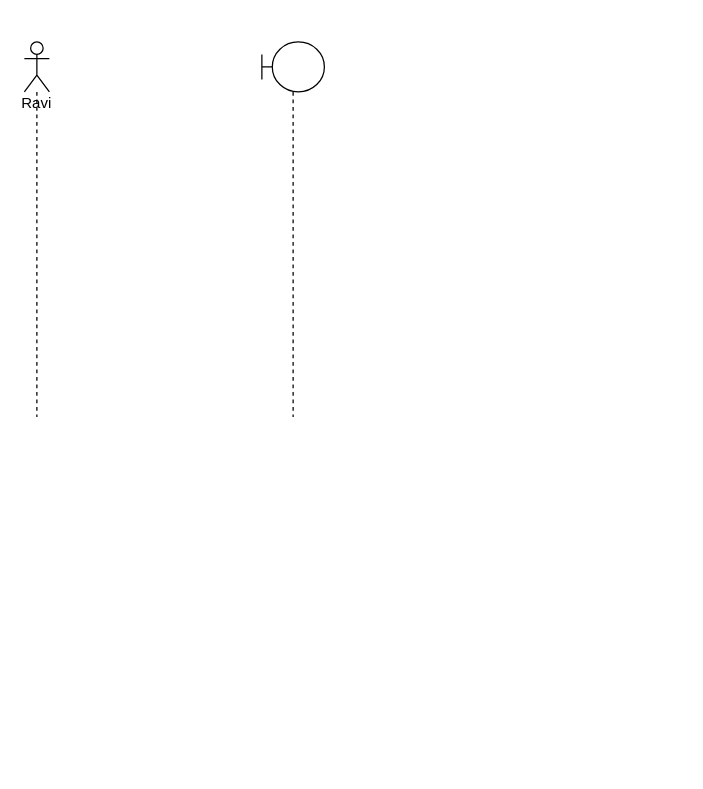
Above: Untitled Diagram.drawio in syahravi/Sequence-Diagram (draw.io), before the change. Source tidied: cells renumbered, new cells numbered last; positions are measured from the earlier drawing's top-left corner, leaving out a move shared by most shapes. Both pictures are drawn from the tidied source at 125%, with x=0, y=0 at pixel (24, 41).
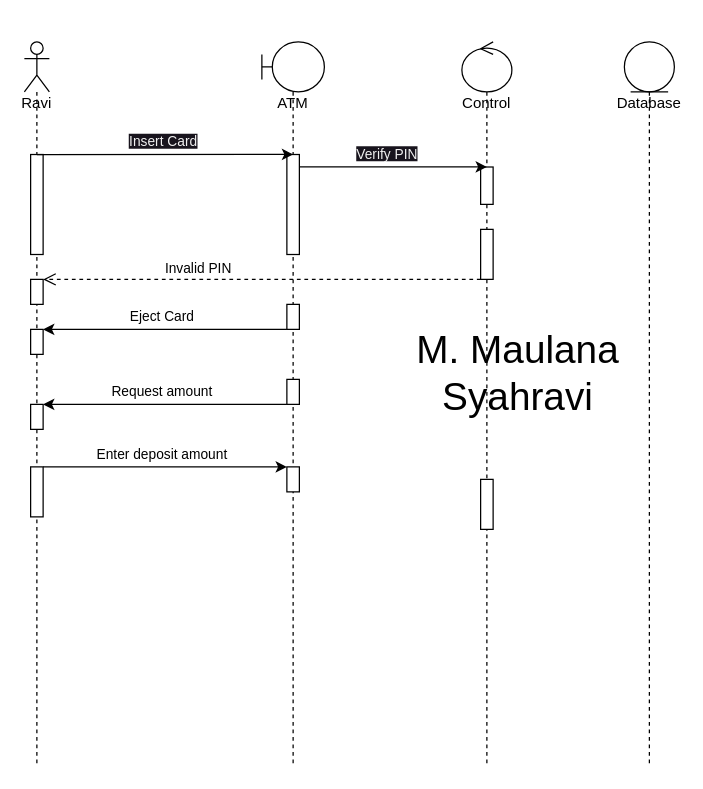
Above is the later version.

Change to the diagram source:
```diff
@@
     <mxCell id="2" value="&lt;br&gt;&lt;br&gt;&lt;br&gt;&lt;br&gt;Ravi" style="shape=umlLifeline;perimeter=lifelinePerimeter;whiteSpace=wrap;html=1;newEdgeStyle={&quot;edgeStyle&quot;:&quot;elbowEdgeStyle&quot;,&quot;elbow&quot;:&quot;vertical&quot;,&quot;curved&quot;:0,&quot;rounded&quot;:0};participant=umlActor;" parent="1" vertex="1">
-      <mxGeometry width="20" height="300" as="geometry" />
+      <mxGeometry width="20" height="580" as="geometry" />
     </mxCell>
+    <mxCell id="4" style="html=1;points=[];perimeter=orthogonalPerimeter;outlineConnect=0;targetShapes=umlLifeline;portConstraint=eastwest;newEdgeStyle={&quot;edgeStyle&quot;:&quot;elbowEdgeStyle&quot;,&quot;elbow&quot;:&quot;vertical&quot;,&quot;curved&quot;:0,&quot;rounded&quot;:0};" parent="2" vertex="1">
+      <mxGeometry x="5" y="90.1" width="10" height="80" as="geometry" />
+    </mxCell>
+    <mxCell id="5" style="html=1;points=[];perimeter=orthogonalPerimeter;outlineConnect=0;targetShapes=umlLifeline;portConstraint=eastwest;newEdgeStyle={&quot;edgeStyle&quot;:&quot;elbowEdgeStyle&quot;,&quot;elbow&quot;:&quot;vertical&quot;,&quot;curved&quot;:0,&quot;rounded&quot;:0};" parent="2" vertex="1">
+      <mxGeometry x="5" y="190" width="10" height="20" as="geometry" />
+    </mxCell>
+    <mxCell id="6" style="html=1;points=[];perimeter=orthogonalPerimeter;outlineConnect=0;targetShapes=umlLifeline;portConstraint=eastwest;newEdgeStyle={&quot;edgeStyle&quot;:&quot;elbowEdgeStyle&quot;,&quot;elbow&quot;:&quot;vertical&quot;,&quot;curved&quot;:0,&quot;rounded&quot;:0};" parent="2" vertex="1">
+      <mxGeometry x="5" y="230" width="10" height="20" as="geometry" />
+    </mxCell>
+    <mxCell id="7" style="html=1;points=[];perimeter=orthogonalPerimeter;outlineConnect=0;targetShapes=umlLifeline;portConstraint=eastwest;newEdgeStyle={&quot;edgeStyle&quot;:&quot;elbowEdgeStyle&quot;,&quot;elbow&quot;:&quot;vertical&quot;,&quot;curved&quot;:0,&quot;rounded&quot;:0};" parent="2" vertex="1">
+      <mxGeometry x="5" y="290" width="10" height="20" as="geometry" />
+    </mxCell>
+    <mxCell id="8" style="html=1;points=[];perimeter=orthogonalPerimeter;outlineConnect=0;targetShapes=umlLifeline;portConstraint=eastwest;newEdgeStyle={&quot;edgeStyle&quot;:&quot;elbowEdgeStyle&quot;,&quot;elbow&quot;:&quot;vertical&quot;,&quot;curved&quot;:0,&quot;rounded&quot;:0};" parent="2" vertex="1">
+      <mxGeometry x="5" y="340" width="10" height="40" as="geometry" />
+    </mxCell>
-    <mxCell id="3" style="shape=umlLifeline;perimeter=lifelinePerimeter;whiteSpace=wrap;html=1;newEdgeStyle={&quot;edgeStyle&quot;:&quot;elbowEdgeStyle&quot;,&quot;elbow&quot;:&quot;vertical&quot;,&quot;curved&quot;:0,&quot;rounded&quot;:0};participant=umlBoundary;" parent="1" vertex="1">
-      <mxGeometry x="190" width="50" height="300" as="geometry" />
+    <mxCell id="3" value="&lt;br&gt;&lt;br&gt;&lt;br&gt;&lt;br&gt;ATM" style="shape=umlLifeline;perimeter=lifelinePerimeter;whiteSpace=wrap;html=1;newEdgeStyle={&quot;edgeStyle&quot;:&quot;elbowEdgeStyle&quot;,&quot;elbow&quot;:&quot;vertical&quot;,&quot;curved&quot;:0,&quot;rounded&quot;:0};participant=umlBoundary;" parent="1" vertex="1">
+      <mxGeometry x="190" width="50" height="580" as="geometry" />
     </mxCell>
+    <mxCell id="9" style="html=1;points=[];perimeter=orthogonalPerimeter;outlineConnect=0;targetShapes=umlLifeline;portConstraint=eastwest;newEdgeStyle={&quot;edgeStyle&quot;:&quot;elbowEdgeStyle&quot;,&quot;elbow&quot;:&quot;vertical&quot;,&quot;curved&quot;:0,&quot;rounded&quot;:0};" parent="3" vertex="1">
+      <mxGeometry x="20" y="90.1" width="10" height="80" as="geometry" />
+    </mxCell>
+    <mxCell id="10" style="html=1;points=[];perimeter=orthogonalPerimeter;outlineConnect=0;targetShapes=umlLifeline;portConstraint=eastwest;newEdgeStyle={&quot;edgeStyle&quot;:&quot;elbowEdgeStyle&quot;,&quot;elbow&quot;:&quot;vertical&quot;,&quot;curved&quot;:0,&quot;rounded&quot;:0};" parent="3" vertex="1">
+      <mxGeometry x="20" y="210" width="10" height="20" as="geometry" />
+    </mxCell>
+    <mxCell id="11" style="html=1;points=[];perimeter=orthogonalPerimeter;outlineConnect=0;targetShapes=umlLifeline;portConstraint=eastwest;newEdgeStyle={&quot;edgeStyle&quot;:&quot;elbowEdgeStyle&quot;,&quot;elbow&quot;:&quot;vertical&quot;,&quot;curved&quot;:0,&quot;rounded&quot;:0};" parent="3" vertex="1">
+      <mxGeometry x="20" y="270" width="10" height="20" as="geometry" />
+    </mxCell>
+    <mxCell id="12" style="html=1;points=[];perimeter=orthogonalPerimeter;outlineConnect=0;targetShapes=umlLifeline;portConstraint=eastwest;newEdgeStyle={&quot;edgeStyle&quot;:&quot;elbowEdgeStyle&quot;,&quot;elbow&quot;:&quot;vertical&quot;,&quot;curved&quot;:0,&quot;rounded&quot;:0};" parent="3" vertex="1">
+      <mxGeometry x="20" y="340" width="10" height="20" as="geometry" />
+    </mxCell>
+    <mxCell id="13" value="&lt;br&gt;&lt;br&gt;&lt;br&gt;&lt;br&gt;Control" style="shape=umlLifeline;perimeter=lifelinePerimeter;whiteSpace=wrap;html=1;newEdgeStyle={&quot;edgeStyle&quot;:&quot;elbowEdgeStyle&quot;,&quot;elbow&quot;:&quot;vertical&quot;,&quot;curved&quot;:0,&quot;rounded&quot;:0};participant=umlControl;" parent="1" vertex="1">
+      <mxGeometry x="350" width="40" height="580" as="geometry" />
+    </mxCell>
+    <mxCell id="14" style="html=1;points=[];perimeter=orthogonalPerimeter;outlineConnect=0;targetShapes=umlLifeline;portConstraint=eastwest;newEdgeStyle={&quot;edgeStyle&quot;:&quot;elbowEdgeStyle&quot;,&quot;elbow&quot;:&quot;vertical&quot;,&quot;curved&quot;:0,&quot;rounded&quot;:0};" parent="13" vertex="1">
+      <mxGeometry x="15" y="100.1" width="10" height="29.9" as="geometry" />
+    </mxCell>
+    <mxCell id="15" style="html=1;points=[];perimeter=orthogonalPerimeter;outlineConnect=0;targetShapes=umlLifeline;portConstraint=eastwest;newEdgeStyle={&quot;edgeStyle&quot;:&quot;elbowEdgeStyle&quot;,&quot;elbow&quot;:&quot;vertical&quot;,&quot;curved&quot;:0,&quot;rounded&quot;:0};" parent="13" vertex="1">
+      <mxGeometry x="15" y="150" width="10" height="40" as="geometry" />
+    </mxCell>
+    <mxCell id="16" style="html=1;perimeter=orthogonalPerimeter;targetShapes=umlLifeline;newEdgeStyle={&quot;edgeStyle&quot;:&quot;elbowEdgeStyle&quot;,&quot;elbow&quot;:&quot;vertical&quot;,&quot;curved&quot;:0,&quot;rounded&quot;:0};" parent="13" vertex="1">
+      <mxGeometry x="15" y="350" width="10" height="40" as="geometry" />
+    </mxCell>
+    <mxCell id="17" value="&lt;br&gt;&lt;br&gt;&lt;br&gt;&lt;br&gt;Database" style="shape=umlLifeline;perimeter=lifelinePerimeter;whiteSpace=wrap;html=1;newEdgeStyle={&quot;edgeStyle&quot;:&quot;elbowEdgeStyle&quot;,&quot;elbow&quot;:&quot;vertical&quot;,&quot;curved&quot;:0,&quot;rounded&quot;:0};participant=umlEntity;" parent="1" vertex="1">
+      <mxGeometry x="480" width="40" height="580" as="geometry" />
+    </mxCell>
+    <mxCell id="18" value="Invalid PIN" style="html=1;verticalAlign=bottom;endArrow=open;dashed=1;endSize=8;edgeStyle=elbowEdgeStyle;elbow=vertical;curved=0;rounded=0;" parent="1" edge="1" source="15" target="5">
+      <mxGeometry x="0.29" relative="1" as="geometry">
+        <Array as="points">
+          <mxPoint x="300" y="190" />
+        </Array>
+      </mxGeometry>
+    </mxCell>
+    <mxCell id="19" value="Eject Card" style="edgeStyle=elbowEdgeStyle;rounded=0;jettySize=auto;html=1;elbow=vertical;curved=0;" parent="1" edge="1" source="10" target="6">
+      <mxGeometry x="0.03" y="-10" relative="1" as="geometry">
+        <Array as="points">
+          <mxPoint x="113" y="230" />
+        </Array>
+      </mxGeometry>
+    </mxCell>
+    <mxCell id="20" value="Request amount" style="edgeStyle=elbowEdgeStyle;rounded=0;jettySize=auto;html=1;elbow=vertical;curved=0;endArrow=classic;endFill=1;" parent="1" edge="1" source="11" target="7">
+      <mxGeometry x="0.03" y="-10" relative="1" as="geometry">
+        <Array as="points">
+          <mxPoint x="150" y="290" />
+        </Array>
+      </mxGeometry>
+    </mxCell>
+    <mxCell id="21" value="Enter deposit amount" style="edgeStyle=elbowEdgeStyle;rounded=0;jettySize=auto;html=1;elbow=vertical;curved=0;" parent="1" edge="1" source="8" target="12">
+      <mxGeometry x="-0.03" y="10" relative="1" as="geometry">
+        <Array as="points">
+          <mxPoint x="110" y="340" />
+        </Array>
+      </mxGeometry>
+    </mxCell>
+    <mxCell id="22" value="&lt;span style=&quot;caret-color: rgb(240, 240, 240); color: rgb(240, 240, 240); font-family: Helvetica; font-size: 11px; font-style: normal; font-variant-caps: normal; font-weight: 400; letter-spacing: normal; text-align: center; text-indent: 0px; text-transform: none; word-spacing: 0px; -webkit-text-stroke-width: 0px; background-color: rgb(24, 20, 29); text-decoration: none; float: none; display: inline !important;&quot;&gt;Verify PIN&lt;/span&gt;" style="edgeStyle=elbowEdgeStyle;rounded=0;jettySize=auto;html=1;elbow=vertical;curved=0;" parent="1" edge="1" source="9" target="14">
+      <mxGeometry x="-0.07" y="10" relative="1" as="geometry">
+        <Array as="points">
+          <mxPoint x="300" y="100" />
+        </Array>
+      </mxGeometry>
+    </mxCell>
+    <mxCell id="23" value="&lt;span style=&quot;caret-color: rgb(240, 240, 240); color: rgb(240, 240, 240); font-family: Helvetica; font-size: 11px; font-style: normal; font-variant-caps: normal; font-weight: 400; letter-spacing: normal; text-align: center; text-indent: 0px; text-transform: none; word-spacing: 0px; -webkit-text-stroke-width: 0px; background-color: rgb(24, 20, 29); text-decoration: none; float: none; display: inline !important;&quot;&gt;Insert Card&lt;/span&gt;" style="edgeStyle=elbowEdgeStyle;rounded=0;jettySize=auto;html=1;elbow=vertical;curved=0;" parent="1" edge="1" source="4" target="9">
+      <mxGeometry x="-0.02" y="10" relative="1" as="geometry">
+        <Array as="points">
+          <mxPoint x="160" y="90" />
+        </Array>
+      </mxGeometry>
+    </mxCell>
+    <mxCell id="24" value="&lt;font style=&quot;font-size: 31px;&quot;&gt;M. Maulana Syahravi&lt;/font&gt;" style="text;html=1;strokeColor=none;fillColor=none;align=center;verticalAlign=middle;whiteSpace=wrap;rounded=0;" parent="1" vertex="1">
+      <mxGeometry x="300" y="230" width="190" height="70" as="geometry" />
+    </mxCell>
```
